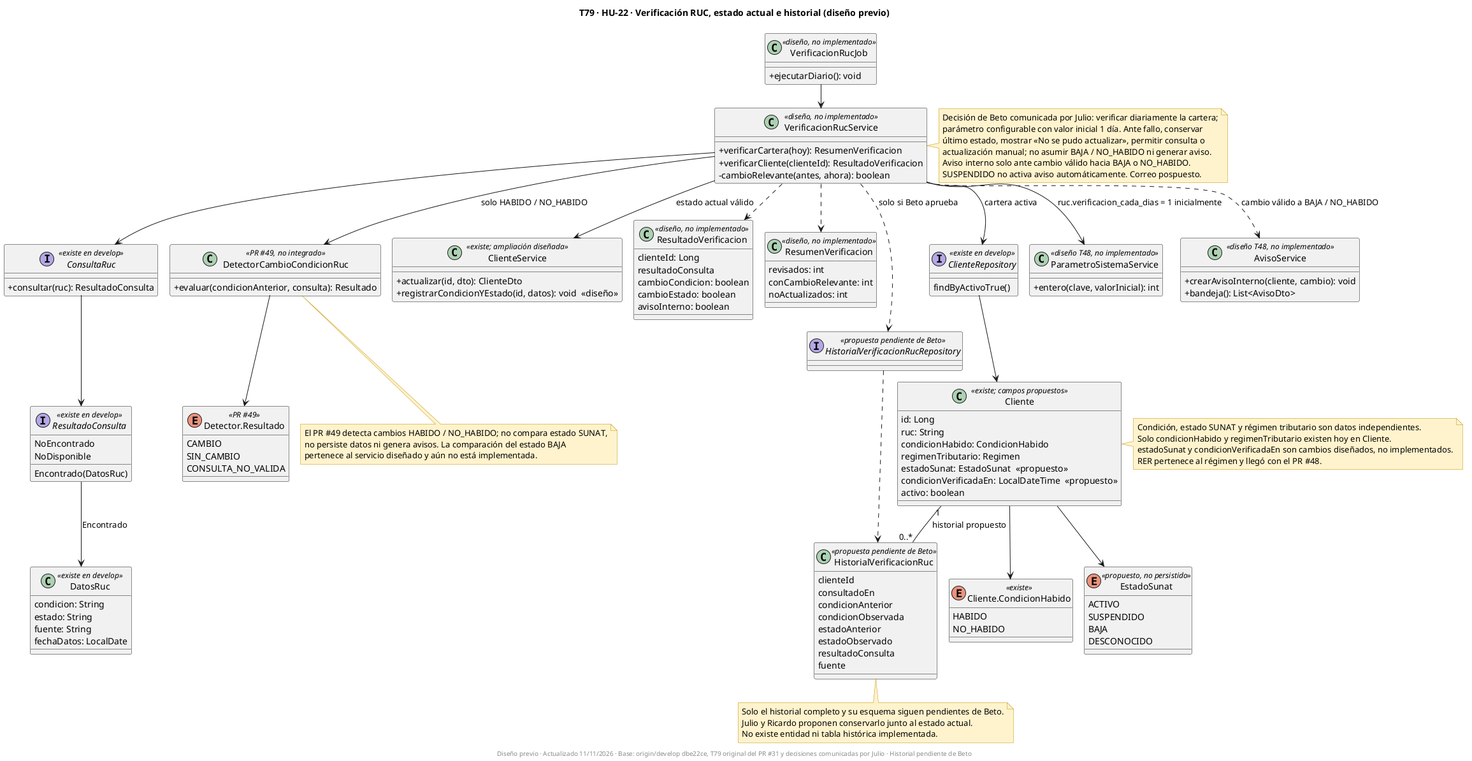
The PlantUML diagram docs/uml/img/T79-HU22-clases.png in fabianrodriguez33/plus-contable, before a commit.
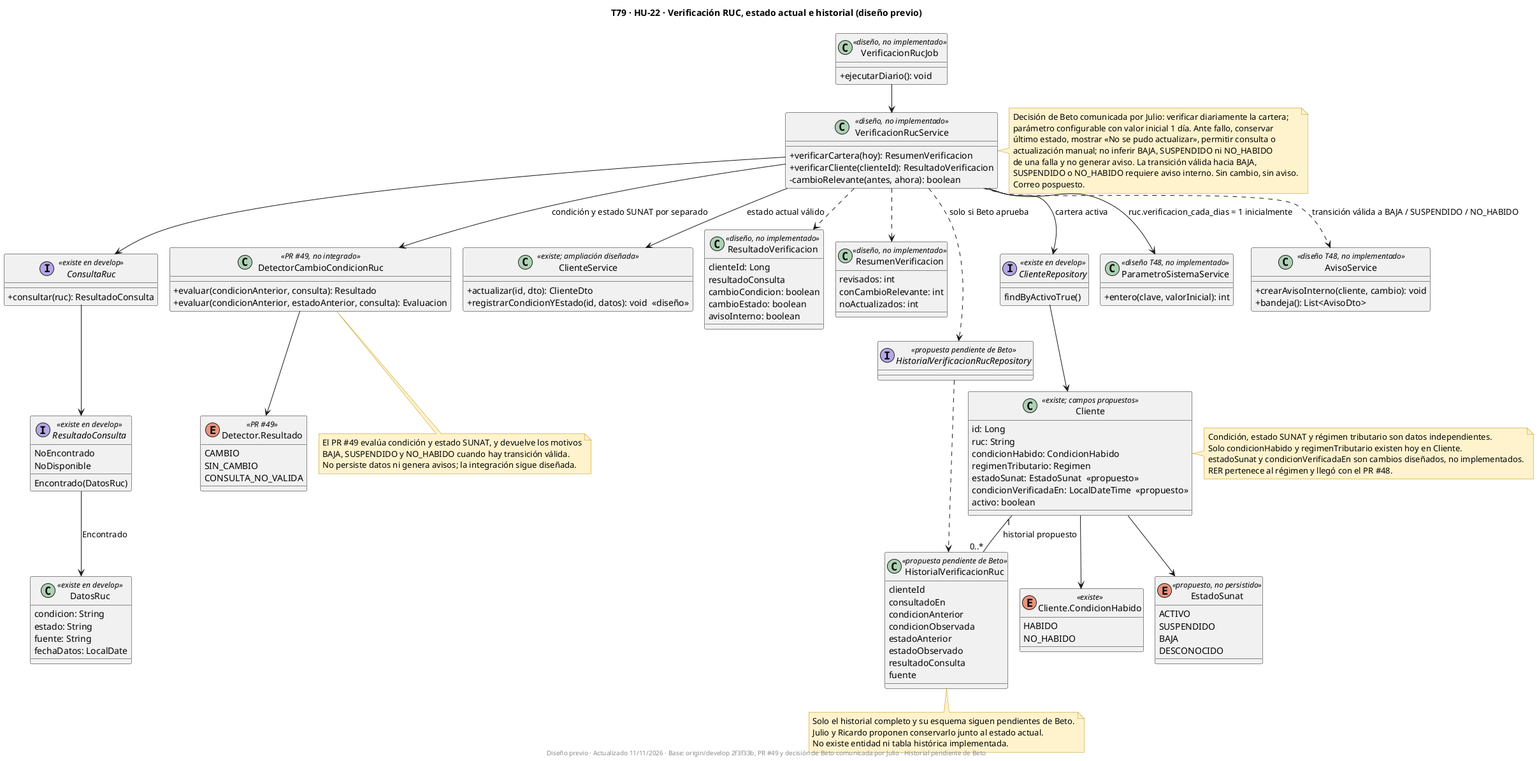
After the commit.

Commit message:
docs(HU-22): incluir SUSPENDIDO en alertas T79

What changed in the source:
```diff
@@ -30,6 +30,7 @@
 }
 class DetectorCambioCondicionRuc <<PR #49, no integrado>> {
   +evaluar(condicionAnterior, consulta): Resultado
+  +evaluar(condicionAnterior, estadoAnterior, consulta): Evaluacion
 }
 enum "Detector.Resultado" as Deteccion <<PR #49>> {
   CAMBIO
@@ -97,10 +98,10 @@
 VerificacionRucService --> ParametroSistemaService : ruc.verificacion_cada_dias = 1 inicialmente
 VerificacionRucService --> ClienteRepository : cartera activa
 VerificacionRucService --> ConsultaRuc
-VerificacionRucService --> DetectorCambioCondicionRuc : solo HABIDO / NO_HABIDO
+VerificacionRucService --> DetectorCambioCondicionRuc : condición y estado SUNAT por separado
 VerificacionRucService --> ClienteService : estado actual válido
 VerificacionRucService ..> HistorialVerificacionRucRepository : solo si Beto aprueba
-VerificacionRucService ..> AvisoService : cambio válido a BAJA / NO_HABIDO
+VerificacionRucService ..> AvisoService : transición válida a BAJA / SUSPENDIDO / NO_HABIDO
 VerificacionRucService ..> ResultadoVerificacion
 VerificacionRucService ..> ResumenVerificacion
 ConsultaRuc --> ResultadoConsulta
@@ -122,9 +123,10 @@
   Decisión de Beto comunicada por Julio: verificar diariamente la cartera;
   parámetro configurable con valor inicial 1 día. Ante fallo, conservar
   último estado, mostrar «No se pudo actualizar», permitir consulta o
-  actualización manual; no asumir BAJA / NO_HABIDO ni generar aviso.
-  Aviso interno solo ante cambio válido hacia BAJA o NO_HABIDO.
-  SUSPENDIDO no activa aviso automáticamente. Correo pospuesto.
+  actualización manual; no inferir BAJA, SUSPENDIDO ni NO_HABIDO
+  de una falla y no generar aviso. La transición válida hacia BAJA,
+  SUSPENDIDO o NO_HABIDO requiere aviso interno. Sin cambio, sin aviso.
+  Correo pospuesto.
 end note
 note bottom of HistorialVerificacionRuc
   Solo el historial completo y su esquema siguen pendientes de Beto.
@@ -132,9 +134,9 @@
   No existe entidad ni tabla histórica implementada.
 end note
 note bottom of DetectorCambioCondicionRuc
-  El PR #49 detecta cambios HABIDO / NO_HABIDO; no compara estado SUNAT,
-  no persiste datos ni genera avisos. La comparación del estado BAJA
-  pertenece al servicio diseñado y aún no está implementada.
+  El PR #49 evalúa condición y estado SUNAT, y devuelve los motivos
+  BAJA, SUSPENDIDO y NO_HABIDO cuando hay transición válida.
+  No persiste datos ni genera avisos; la integración sigue diseñada.
 end note
-footer Diseño previo · Actualizado 11/11/2026 · Base: origin/develop dbe22ce, T79 original del PR #31 y decisiones comunicadas por Julio · Historial pendiente de Beto
+footer Diseño previo · Actualizado 11/11/2026 · Base: origin/develop 2f3f33b, PR #49 y decisión de Beto comunicada por Julio · Historial pendiente de Beto
 @enduml
```
